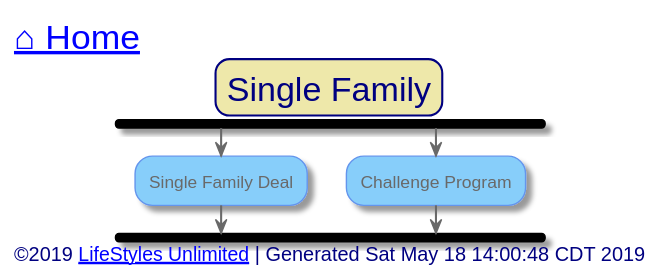
This is out/src/single-family/index.svg from toddmo/lifestylesunlimited, a PlantUML export, as it was before one commit.
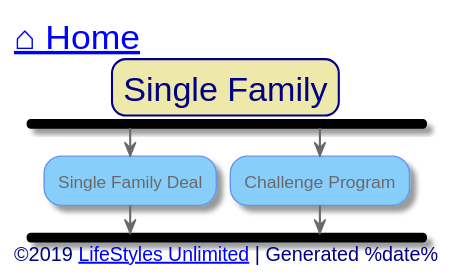
After the change.

What changed in the source:
```diff
@@ -90,7 +90,7 @@
 
 
 left footer
-	<font size=14>©2019 [[http://www.lifestylesunlimited.com LifeStyles Unlimited]] | Generated Sat May 18 14:00:48 CDT 2019</font>
+	<font size=14>©2019 [[http://www.lifestylesunlimited.com LifeStyles Unlimited]] | Generated %date%</font>
 endfooter
 
 
```
